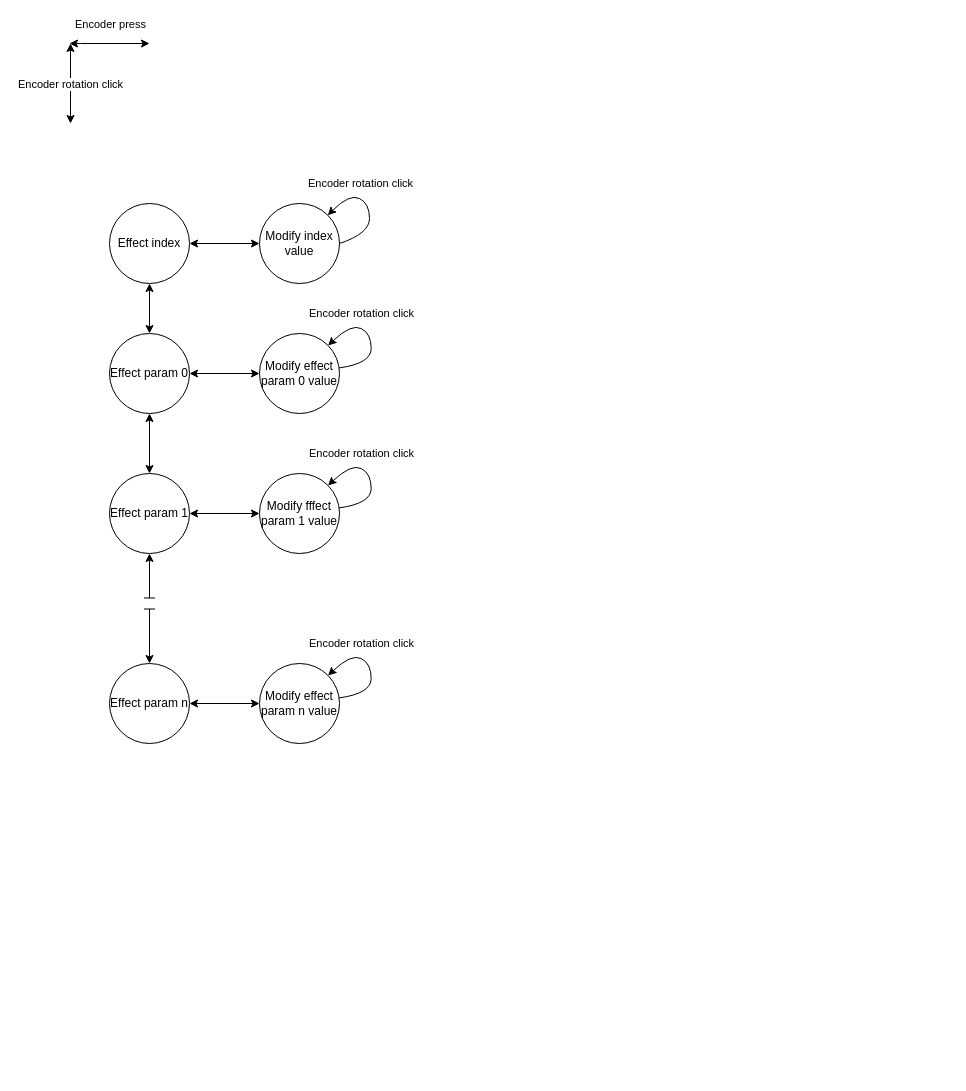
Before: docs/Effect_OLED_menu_item_selection_state_machine.drawio in ethandrzb/Eurorack_WS2812_LED_Controller, a draw.io diagram. Source tidied: cells renumbered, new cells numbered last; positions are measured from the earlier drawing's top-left corner, leaving out a move shared by most shapes. Both pictures are drawn from the tidied source at 100%, with x=0, y=0 at pixel (69, 43).
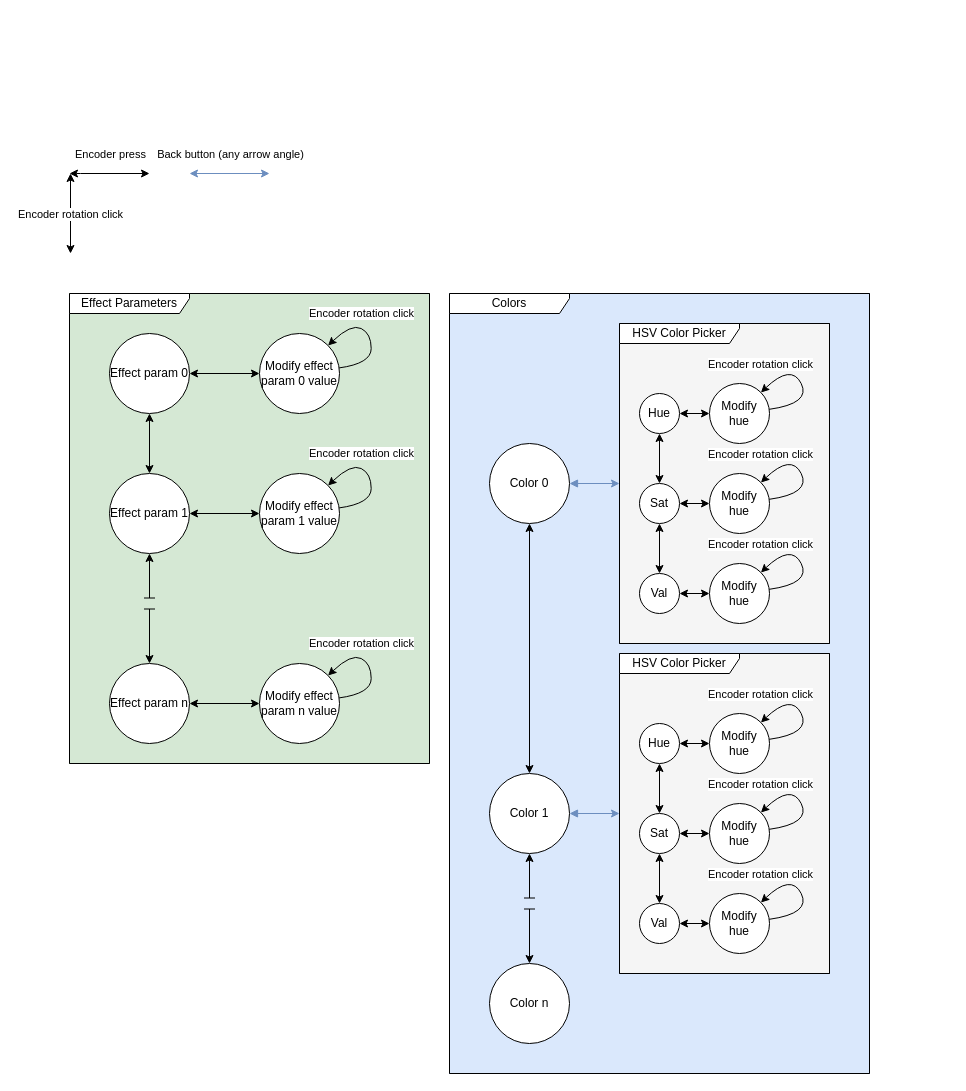
Above is the later version.

Commit message:
Update menu state machine

Unchanged cells that the change refers to:
```xml
<mxCell id="8" value="Effect param 0" style="ellipse;whiteSpace=wrap;html=1;" parent="1" vertex="1">
  <mxGeometry x="40" y="290" width="80" height="80" as="geometry" />
</mxCell>
```

Diff of the diagram source:
```diff
@@
+    <mxCell id="30" style="group;" parent="1" vertex="1">
+      <mxGeometry y="250" width="360" height="470" as="geometry" />
+    </mxCell>
+    <mxCell id="31" style="rounded=0;whiteSpace=wrap;html=1;fillColor=#d5e8d4;strokeColor=#82b366;" parent="30" vertex="1">
+      <mxGeometry width="360" height="470" as="geometry" />
+    </mxCell>
+    <mxCell id="32" value="Effect Parameters" style="shape=umlFrame;whiteSpace=wrap;html=1;width=120;height=20;" parent="30" vertex="1">
+      <mxGeometry width="360" height="470" as="geometry" />
+    </mxCell>
@@
-    <mxCell id="3" style="edgeStyle=none;html=1;startArrow=classic;startFill=1;" parent="1" edge="1" source="5" target="8">
-      <mxGeometry relative="1" as="geometry" />
-    </mxCell>
-    <mxCell id="4" style="edgeStyle=none;jumpStyle=line;jumpSize=11;html=1;startArrow=classic;startFill=1;" parent="1" edge="1" source="5" target="18">
-      <mxGeometry relative="1" as="geometry" />
-    </mxCell>
-    <mxCell id="5" value="Effect index" style="ellipse;whiteSpace=wrap;html=1;" parent="1" vertex="1">
-      <mxGeometry x="40" y="160" width="80" height="80" as="geometry" />
-    </mxCell>
@@
     <mxCell id="14" style="endArrow=classic;html=1;jumpStyle=line;jumpSize=11;startArrow=classic;startFill=1;" parent="1" edge="1">
       <mxGeometry relative="1" as="geometry">
-        <mxPoint x="1" as="sourcePoint" />
-        <mxPoint x="1" y="80" as="targetPoint" />
+        <mxPoint x="1" y="130" as="sourcePoint" />
+        <mxPoint x="1" y="210" as="targetPoint" />
       </mxGeometry>
     </mxCell>
@@
     <mxCell id="16" style="endArrow=classic;startArrow=classic;html=1;jumpStyle=line;jumpSize=11;" parent="1" edge="1">
       <mxGeometry relative="1" as="geometry">
-        <mxPoint as="sourcePoint" />
-        <mxPoint x="80" as="targetPoint" />
+        <mxPoint y="130" as="sourcePoint" />
+        <mxPoint x="80" y="130" as="targetPoint" />
       </mxGeometry>
     </mxCell>
@@
-    <mxCell id="18" value="Modify index value" style="ellipse;whiteSpace=wrap;html=1;" parent="1" vertex="1">
-      <mxGeometry x="190" y="160" width="80" height="80" as="geometry" />
-    </mxCell>
@@
-    <mxCell id="20" value="Modify fffect param 1 value" style="ellipse;whiteSpace=wrap;html=1;" parent="1" vertex="1">
+    <mxCell id="20" value="Modify effect param 1 value" style="ellipse;whiteSpace=wrap;html=1;" parent="1" vertex="1">
       <mxGeometry x="190" y="430" width="80" height="80" as="geometry" />
     </mxCell>
@@
-    <mxCell id="22" style="curved=1;endArrow=classic;html=1;jumpStyle=line;jumpSize=11;" parent="1" edge="1" target="18">
-      <mxGeometry relative="1" as="geometry">
-        <mxPoint x="270" y="200" as="sourcePoint" />
-        <Array as="points">
-          <mxPoint x="300" y="190" />
-          <mxPoint x="300" y="160" />
-          <mxPoint x="280" y="150" />
-        </Array>
-      </mxGeometry>
-    </mxCell>
-    <mxCell id="23" value="Encoder rotation click" style="edgeLabel;html=1;align=center;verticalAlign=middle;" parent="22" vertex="1">
-      <mxGeometry x="-0.35" y="2" relative="1" as="geometry">
-        <mxPoint x="-8" y="-45" as="offset" />
-      </mxGeometry>
-    </mxCell>
@@
+    <mxCell id="33" style="group;" parent="1" vertex="1">
+      <mxGeometry x="380" y="250" width="500" height="780" as="geometry" />
+    </mxCell>
+    <mxCell id="34" style="rounded=0;whiteSpace=wrap;html=1;fillColor=#dae8fc;strokeColor=#6c8ebf;" parent="33" vertex="1">
+      <mxGeometry width="420" height="780" as="geometry" />
+    </mxCell>
+    <mxCell id="35" value="Colors" style="shape=umlFrame;whiteSpace=wrap;html=1;width=120;height=20;" parent="33" vertex="1">
+      <mxGeometry width="420" height="780" as="geometry" />
+    </mxCell>
+    <mxCell id="36" value="Color n" style="ellipse;whiteSpace=wrap;html=1;" parent="33" vertex="1">
+      <mxGeometry x="40" y="670" width="80" height="80" as="geometry" />
+    </mxCell>
+    <mxCell id="37" style="endArrow=none;html=1;strokeColor=none;" parent="33" edge="1">
+      <mxGeometry relative="1" as="geometry">
+        <mxPoint x="40" y="610" as="sourcePoint" />
+        <mxPoint x="120" y="610" as="targetPoint" />
+      </mxGeometry>
+    </mxCell>
+    <mxCell id="38" style="edgeStyle=none;html=1;jumpStyle=line;jumpSize=11;startArrow=classic;startFill=1;" parent="33" edge="1" source="39" target="36">
+      <mxGeometry relative="1" as="geometry" />
+    </mxCell>
+    <mxCell id="39" value="Color 1" style="ellipse;whiteSpace=wrap;html=1;" parent="33" vertex="1">
+      <mxGeometry x="40" y="480" width="80" height="80" as="geometry" />
+    </mxCell>
+    <mxCell id="40" style="edgeStyle=none;html=1;startArrow=classic;startFill=1;" parent="33" edge="1" source="41" target="39">
+      <mxGeometry relative="1" as="geometry" />
+    </mxCell>
+    <mxCell id="41" value="Color 0" style="ellipse;whiteSpace=wrap;html=1;" parent="33" vertex="1">
+      <mxGeometry x="40" y="150" width="80" height="80" as="geometry" />
+    </mxCell>
+    <mxCell id="42" style="group;" parent="33" vertex="1">
+      <mxGeometry x="170" y="70" width="210" height="300" as="geometry" />
+    </mxCell>
+    <mxCell id="43" style="rounded=0;whiteSpace=wrap;html=1;fillColor=#f5f5f5;strokeColor=#666666;fontColor=#333333;" parent="42" vertex="1">
+      <mxGeometry y="-40" width="210" height="320" as="geometry" />
+    </mxCell>
+    <mxCell id="44" value="HSV Color Picker" style="shape=umlFrame;whiteSpace=wrap;html=1;width=120;height=20;" parent="42" vertex="1">
+      <mxGeometry y="-40" width="210" height="320" as="geometry" />
+    </mxCell>
+    <mxCell id="45" style="edgeStyle=none;html=1;startArrow=classic;startFill=1;" parent="42" edge="1">
+      <mxGeometry relative="1" as="geometry">
+        <mxPoint x="46.7" y="96" as="targetPoint" />
+      </mxGeometry>
+    </mxCell>
+    <mxCell id="46" value="Modify hue" style="ellipse;whiteSpace=wrap;html=1;" parent="42" vertex="1">
+      <mxGeometry x="90" y="20" width="60" height="60" as="geometry" />
+    </mxCell>
+    <mxCell id="47" style="curved=1;endArrow=classic;html=1;jumpStyle=line;jumpSize=11;" parent="42" edge="1" source="46" target="46">
+      <mxGeometry relative="1" as="geometry">
+        <Array as="points">
+          <mxPoint x="191.7" y="40" />
+          <mxPoint x="171.7" />
+        </Array>
+      </mxGeometry>
+    </mxCell>
+    <mxCell id="48" value="Encoder rotation click" style="edgeLabel;html=1;align=center;verticalAlign=middle;" parent="47" vertex="1">
+      <mxGeometry x="-0.35" y="2" relative="1" as="geometry">
+        <mxPoint x="-50" y="-41" as="offset" />
+      </mxGeometry>
+    </mxCell>
+    <mxCell id="49" value="Modify hue" style="ellipse;whiteSpace=wrap;html=1;" parent="42" vertex="1">
+      <mxGeometry x="90" y="110" width="60" height="60" as="geometry" />
+    </mxCell>
+    <mxCell id="50" style="curved=1;endArrow=classic;html=1;jumpStyle=line;jumpSize=11;" parent="42" edge="1" source="49" target="49">
+      <mxGeometry relative="1" as="geometry">
+        <Array as="points">
+          <mxPoint x="191.7" y="130" />
+          <mxPoint x="171.7" y="90" />
+        </Array>
+      </mxGeometry>
+    </mxCell>
+    <mxCell id="51" value="Encoder rotation click" style="edgeLabel;html=1;align=center;verticalAlign=middle;" parent="50" vertex="1">
+      <mxGeometry x="-0.35" y="2" relative="1" as="geometry">
+        <mxPoint x="-50" y="-41" as="offset" />
+      </mxGeometry>
+    </mxCell>
+    <mxCell id="52" value="Modify hue" style="ellipse;whiteSpace=wrap;html=1;" parent="42" vertex="1">
+      <mxGeometry x="90" y="200" width="60" height="60" as="geometry" />
+    </mxCell>
+    <mxCell id="53" style="curved=1;endArrow=classic;html=1;jumpStyle=line;jumpSize=11;" parent="42" edge="1" source="52" target="52">
+      <mxGeometry relative="1" as="geometry">
+        <Array as="points">
+          <mxPoint x="191.7" y="220" />
+          <mxPoint x="171.7" y="180" />
+        </Array>
+      </mxGeometry>
+    </mxCell>
+    <mxCell id="54" value="Encoder rotation click" style="edgeLabel;html=1;align=center;verticalAlign=middle;" parent="53" vertex="1">
+      <mxGeometry x="-0.35" y="2" relative="1" as="geometry">
+        <mxPoint x="-50" y="-41" as="offset" />
+      </mxGeometry>
+    </mxCell>
+    <mxCell id="55" value="Val" style="ellipse;whiteSpace=wrap;html=1;" parent="42" vertex="1">
+      <mxGeometry x="20" y="210" width="40" height="40" as="geometry" />
+    </mxCell>
+    <mxCell id="56" style="edgeStyle=none;html=1;startArrow=classic;startFill=1;" parent="42" edge="1" source="55" target="52">
+      <mxGeometry relative="1" as="geometry" />
+    </mxCell>
+    <mxCell id="57" value="Sat" style="ellipse;whiteSpace=wrap;html=1;" parent="42" vertex="1">
+      <mxGeometry x="20" y="120" width="40" height="40" as="geometry" />
+    </mxCell>
+    <mxCell id="58" style="edgeStyle=none;shape=connector;rounded=1;html=1;strokeColor=default;align=center;verticalAlign=middle;fontFamily=Helvetica;fontSize=11;fontColor=default;labelBackgroundColor=default;startArrow=classic;startFill=1;endArrow=classic;" parent="42" edge="1" source="57" target="55">
+      <mxGeometry relative="1" as="geometry" />
+    </mxCell>
+    <mxCell id="59" style="edgeStyle=none;html=1;startArrow=classic;startFill=1;" parent="42" edge="1" source="57" target="49">
+      <mxGeometry relative="1" as="geometry" />
+    </mxCell>
+    <mxCell id="60" style="edgeStyle=none;shape=connector;rounded=1;html=1;strokeColor=default;align=center;verticalAlign=middle;fontFamily=Helvetica;fontSize=11;fontColor=default;labelBackgroundColor=default;startArrow=classic;startFill=1;endArrow=classic;" parent="33" edge="1" source="57" target="62">
+      <mxGeometry relative="1" as="geometry" />
+    </mxCell>
+    <mxCell id="61" style="edgeStyle=none;html=1;startArrow=classic;startFill=1;" parent="33" edge="1" source="62" target="46">
+      <mxGeometry relative="1" as="geometry" />
+    </mxCell>
+    <mxCell id="62" value="Hue" style="ellipse;whiteSpace=wrap;html=1;" parent="33" vertex="1">
+      <mxGeometry x="190" y="100" width="40" height="40" as="geometry" />
+    </mxCell>
+    <mxCell id="63" style="edgeStyle=none;html=1;entryX=0;entryY=0.5;entryDx=0;entryDy=0;startArrow=block;startFill=1;fillColor=#dae8fc;strokeColor=#6c8ebf;" parent="33" edge="1" source="41" target="43">
+      <mxGeometry relative="1" as="geometry" />
+    </mxCell>
+    <mxCell id="64" style="group;" parent="33" vertex="1">
+      <mxGeometry x="170" y="400" width="210" height="300" as="geometry" />
+    </mxCell>
+    <mxCell id="65" style="rounded=0;whiteSpace=wrap;html=1;fillColor=#f5f5f5;strokeColor=#666666;fontColor=#333333;" parent="64" vertex="1">
+      <mxGeometry y="-40" width="210" height="320" as="geometry" />
+    </mxCell>
+    <mxCell id="66" value="HSV Color Picker" style="shape=umlFrame;whiteSpace=wrap;html=1;width=120;height=20;" parent="64" vertex="1">
+      <mxGeometry y="-40" width="210" height="320" as="geometry" />
+    </mxCell>
+    <mxCell id="67" style="edgeStyle=none;html=1;startArrow=classic;startFill=1;" parent="64" edge="1">
+      <mxGeometry relative="1" as="geometry">
+        <mxPoint x="46.7" y="96" as="targetPoint" />
+      </mxGeometry>
+    </mxCell>
+    <mxCell id="68" value="Modify hue" style="ellipse;whiteSpace=wrap;html=1;" parent="64" vertex="1">
+      <mxGeometry x="90" y="20" width="60" height="60" as="geometry" />
+    </mxCell>
+    <mxCell id="69" style="curved=1;endArrow=classic;html=1;jumpStyle=line;jumpSize=11;" parent="64" edge="1" source="68" target="68">
+      <mxGeometry relative="1" as="geometry">
+        <Array as="points">
+          <mxPoint x="191.7" y="40" />
+          <mxPoint x="171.7" />
+        </Array>
+      </mxGeometry>
+    </mxCell>
+    <mxCell id="70" value="Encoder rotation click" style="edgeLabel;html=1;align=center;verticalAlign=middle;" parent="69" vertex="1">
+      <mxGeometry x="-0.35" y="2" relative="1" as="geometry">
+        <mxPoint x="-50" y="-41" as="offset" />
+      </mxGeometry>
+    </mxCell>
+    <mxCell id="71" value="Modify hue" style="ellipse;whiteSpace=wrap;html=1;" parent="64" vertex="1">
+      <mxGeometry x="90" y="110" width="60" height="60" as="geometry" />
+    </mxCell>
+    <mxCell id="72" style="curved=1;endArrow=classic;html=1;jumpStyle=line;jumpSize=11;" parent="64" edge="1" source="71" target="71">
+      <mxGeometry relative="1" as="geometry">
+        <Array as="points">
+          <mxPoint x="191.7" y="130" />
+          <mxPoint x="171.7" y="90" />
+        </Array>
+      </mxGeometry>
+    </mxCell>
+    <mxCell id="73" value="Encoder rotation click" style="edgeLabel;html=1;align=center;verticalAlign=middle;" parent="72" vertex="1">
+      <mxGeometry x="-0.35" y="2" relative="1" as="geometry">
+        <mxPoint x="-50" y="-41" as="offset" />
+      </mxGeometry>
+    </mxCell>
+    <mxCell id="74" value="Modify hue" style="ellipse;whiteSpace=wrap;html=1;" parent="64" vertex="1">
+      <mxGeometry x="90" y="200" width="60" height="60" as="geometry" />
+    </mxCell>
+    <mxCell id="75" style="curved=1;endArrow=classic;html=1;jumpStyle=line;jumpSize=11;" parent="64" edge="1" source="74" target="74">
+      <mxGeometry relative="1" as="geometry">
+        <Array as="points">
+          <mxPoint x="191.7" y="220" />
+          <mxPoint x="171.7" y="180" />
+        </Array>
+      </mxGeometry>
+    </mxCell>
+    <mxCell id="76" value="Encoder rotation click" style="edgeLabel;html=1;align=center;verticalAlign=middle;" parent="75" vertex="1">
+      <mxGeometry x="-0.35" y="2" relative="1" as="geometry">
+        <mxPoint x="-50" y="-41" as="offset" />
+      </mxGeometry>
+    </mxCell>
+    <mxCell id="77" value="Val" style="ellipse;whiteSpace=wrap;html=1;" parent="64" vertex="1">
+      <mxGeometry x="20" y="210" width="40" height="40" as="geometry" />
+    </mxCell>
+    <mxCell id="78" style="edgeStyle=none;html=1;startArrow=classic;startFill=1;" parent="64" edge="1" source="77" target="74">
+      <mxGeometry relative="1" as="geometry" />
+    </mxCell>
+    <mxCell id="79" value="Sat" style="ellipse;whiteSpace=wrap;html=1;" parent="64" vertex="1">
+      <mxGeometry x="20" y="120" width="40" height="40" as="geometry" />
+    </mxCell>
+    <mxCell id="80" style="edgeStyle=none;shape=connector;rounded=1;html=1;strokeColor=default;align=center;verticalAlign=middle;fontFamily=Helvetica;fontSize=11;fontColor=default;labelBackgroundColor=default;startArrow=classic;startFill=1;endArrow=classic;" parent="64" edge="1" source="79" target="77">
+      <mxGeometry relative="1" as="geometry" />
+    </mxCell>
+    <mxCell id="81" style="edgeStyle=none;html=1;startArrow=classic;startFill=1;" parent="64" edge="1" source="79" target="71">
+      <mxGeometry relative="1" as="geometry" />
+    </mxCell>
+    <mxCell id="82" style="edgeStyle=none;shape=connector;rounded=1;html=1;strokeColor=default;align=center;verticalAlign=middle;fontFamily=Helvetica;fontSize=11;fontColor=default;labelBackgroundColor=default;startArrow=classic;startFill=1;endArrow=classic;" parent="33" edge="1" source="79" target="84">
+      <mxGeometry relative="1" as="geometry" />
+    </mxCell>
+    <mxCell id="83" style="edgeStyle=none;html=1;startArrow=classic;startFill=1;" parent="33" edge="1" source="84" target="68">
+      <mxGeometry relative="1" as="geometry" />
+    </mxCell>
+    <mxCell id="84" value="Hue" style="ellipse;whiteSpace=wrap;html=1;" parent="33" vertex="1">
+      <mxGeometry x="190" y="430" width="40" height="40" as="geometry" />
+    </mxCell>
+    <mxCell id="85" style="edgeStyle=none;html=1;entryX=0;entryY=0.5;entryDx=0;entryDy=0;startArrow=block;startFill=1;fillColor=#dae8fc;strokeColor=#6c8ebf;" parent="33" edge="1" source="39" target="65">
+      <mxGeometry relative="1" as="geometry" />
+    </mxCell>
+    <mxCell id="86" style="endArrow=classic;startArrow=classic;html=1;jumpStyle=line;jumpSize=11;fillColor=#dae8fc;strokeColor=#6c8ebf;" parent="1" edge="1">
+      <mxGeometry relative="1" as="geometry">
+        <mxPoint x="120" y="130" as="sourcePoint" />
+        <mxPoint x="200" y="130" as="targetPoint" />
+      </mxGeometry>
+    </mxCell>
+    <mxCell id="87" value="Back button (any arrow angle)" style="edgeLabel;html=1;align=center;verticalAlign=middle;" parent="86" vertex="1">
+      <mxGeometry x="-0.34" y="2" relative="1" as="geometry">
+        <mxPoint x="14" y="-18" as="offset" />
+      </mxGeometry>
+    </mxCell>
```
